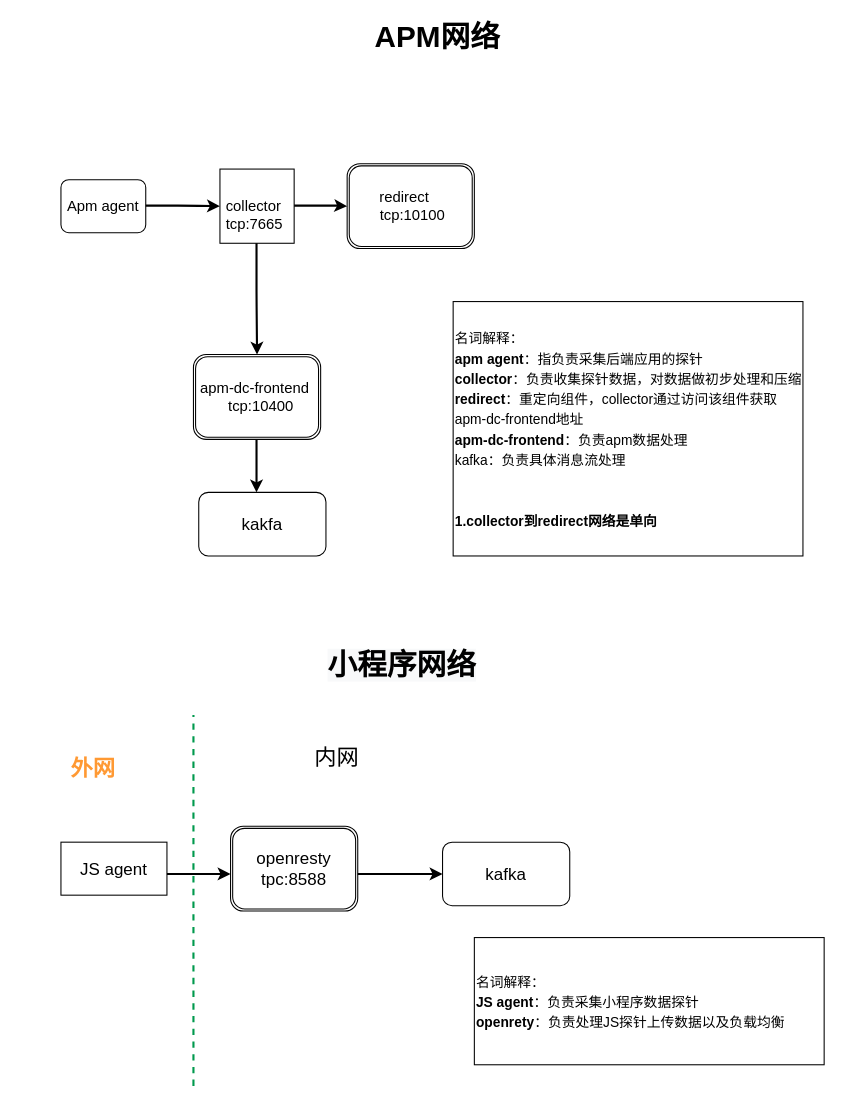
The draw.io diagram 南京银行N card.drawio in zeng0550/free-programming-books, before the edit. Source tidied: cells renumbered, new cells numbered last; positions are measured from the earlier drawing's top-left corner, leaving out a move shared by most shapes. Both pictures are drawn from the tidied source at 106%, with x=0, y=0 at pixel (60, 20).
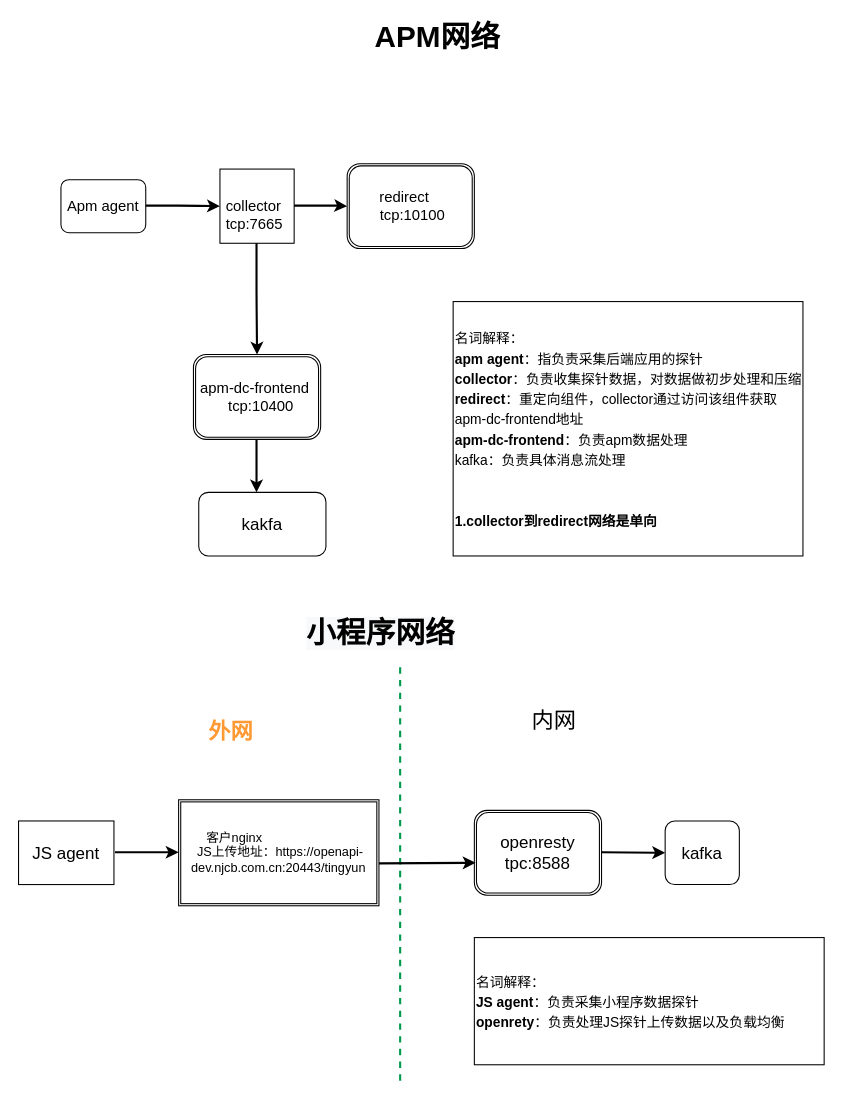
Above is the later version.

Commit message:
更新南京银行N card.drawio

What changed in the source:
```diff
@@
     <mxCell id="11" value="JS agent" style="rounded=0;whiteSpace=wrap;html=1;fontSize=16;fontColor=#000000;align=center;" parent="1" vertex="1">
-      <mxGeometry y="775" width="100" height="50" as="geometry" />
+      <mxGeometry x="-40" y="755" width="90" height="60" as="geometry" />
     </mxCell>
     <mxCell id="12" style="endArrow=classic;html=1;fontSize=16;fontColor=#000000;strokeColor=#000000;strokeWidth=2;" parent="1" edge="1">
       <mxGeometry relative="1" as="geometry">
-        <mxPoint x="100" y="805" as="sourcePoint" />
-        <mxPoint x="160" y="805" as="targetPoint" />
+        <mxPoint x="51" y="784.5" as="sourcePoint" />
+        <mxPoint x="111" y="784.5" as="targetPoint" />
       </mxGeometry>
     </mxCell>
     <mxCell id="13" value="openresty tpc:8588" style="shape=ext;double=1;rounded=1;whiteSpace=wrap;html=1;fontSize=16;fontColor=#000000;align=center;" parent="1" vertex="1">
-      <mxGeometry x="160" y="760" width="120" height="80" as="geometry" />
+      <mxGeometry x="390" y="745" width="120" height="80" as="geometry" />
     </mxCell>
     <mxCell id="14" style="endArrow=classic;html=1;fontSize=16;fontColor=#000000;strokeColor=#000000;strokeWidth=2;" parent="1" edge="1">
       <mxGeometry relative="1" as="geometry">
-        <mxPoint x="280" y="805" as="sourcePoint" />
-        <mxPoint x="360" y="805" as="targetPoint" />
+        <mxPoint x="510" y="784.5" as="sourcePoint" />
+        <mxPoint x="570" y="785" as="targetPoint" />
       </mxGeometry>
     </mxCell>
     <mxCell id="15" value="kafka" style="rounded=1;whiteSpace=wrap;html=1;fontSize=16;fontColor=#000000;align=center;" parent="1" vertex="1">
-      <mxGeometry x="360" y="775" width="120" height="60" as="geometry" />
+      <mxGeometry x="570" y="755" width="70" height="60" as="geometry" />
     </mxCell>
@@
     <mxCell id="19" value="&lt;span style=&quot;color: rgb(0, 0, 0); font-family: helvetica; font-size: 28px; font-style: normal; letter-spacing: normal; text-align: center; text-indent: 0px; text-transform: none; word-spacing: 0px; background-color: rgb(248, 249, 250); display: inline; float: none;&quot;&gt;小程序网络&lt;/span&gt;" style="text;whiteSpace=wrap;html=1;fontSize=16;fontColor=#000000;fontStyle=1;" parent="1" vertex="1">
-      <mxGeometry x="250" y="585" width="190" height="40" as="geometry" />
+      <mxGeometry x="230" y="555" width="190" height="40" as="geometry" />
     </mxCell>
     <mxCell id="20" style="endArrow=none;dashed=1;html=1;fontSize=12;strokeWidth=2;fontColor=#FF9933;strokeColor=#00994D;" parent="1" edge="1">
       <mxGeometry relative="1" as="geometry">
-        <mxPoint x="125" y="1005" as="sourcePoint" />
-        <mxPoint x="125" y="655" as="targetPoint" />
+        <mxPoint x="320" y="1000" as="sourcePoint" />
+        <mxPoint x="320" y="610" as="targetPoint" />
       </mxGeometry>
     </mxCell>
     <mxCell id="21" value="外网" style="text;html=1;align=center;verticalAlign=middle;strokeColor=none;fillColor=none;fontSize=21;fontColor=#FF9933;fontStyle=1;" parent="1" vertex="1">
-      <mxGeometry y="690" width="60" height="30" as="geometry" />
+      <mxGeometry x="130" y="655" width="60" height="30" as="geometry" />
     </mxCell>
     <mxCell id="22" value="内网" style="text;html=1;align=center;verticalAlign=middle;strokeColor=none;fillColor=none;fontSize=21;" parent="1" vertex="1">
-      <mxGeometry x="230" y="680" width="60" height="30" as="geometry" />
+      <mxGeometry x="435" y="645" width="60" height="30" as="geometry" />
     </mxCell>
+    <mxCell id="23" value="&amp;nbsp; &amp;nbsp; 客户nginx&amp;nbsp; &amp;nbsp; &amp;nbsp; &amp;nbsp; &amp;nbsp; &amp;nbsp; &amp;nbsp; &amp;nbsp; &amp;nbsp; &amp;nbsp; &amp;nbsp; &amp;nbsp; &amp;nbsp; &amp;nbsp; &amp;nbsp; &amp;nbsp;JS上传地址：https://openapi-dev.njcb.com.cn:20443/tingyun" style="shape=ext;double=1;rounded=0;whiteSpace=wrap;html=1;" parent="1" vertex="1">
+      <mxGeometry x="111" y="735" width="189" height="100" as="geometry" />
+    </mxCell>
+    <mxCell id="24" style="endArrow=classic;html=1;fontSize=16;fontColor=#000000;strokeColor=#000000;strokeWidth=2;entryX=0.01;entryY=0.618;entryDx=0;entryDy=0;entryPerimeter=0;" parent="1" edge="1" target="13">
+      <mxGeometry relative="1" as="geometry">
+        <mxPoint x="300" y="795" as="sourcePoint" />
+      </mxGeometry>
+    </mxCell>
```
